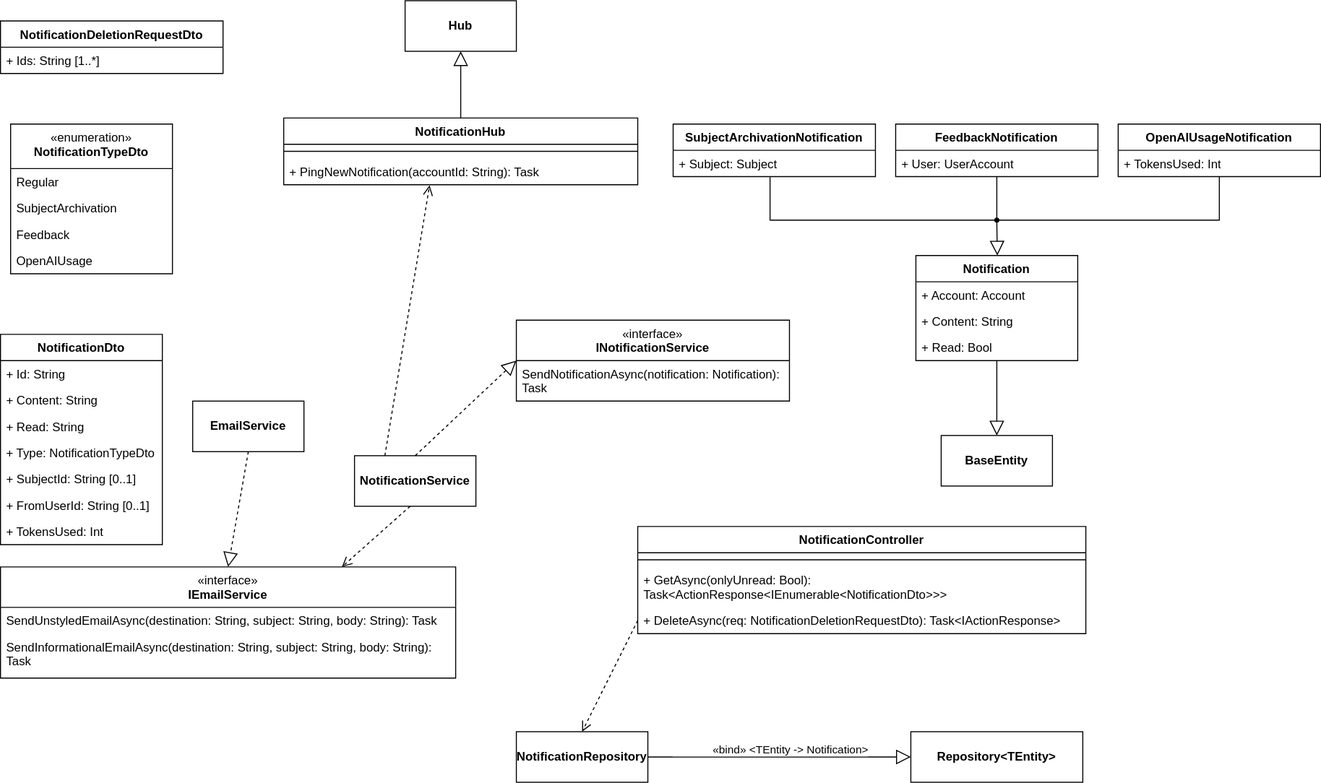
Earlier version of the draw.io export lab2diags/logical-view/notification.drawio.svg (piatrashkakanstantinass/psi2). Source tidied: cells renumbered, new cells last; positions are measured from the earlier drawing's top-left corner, leaving out a move shared by most shapes. Its diagram source:
```xml
<mxGraphModel>
  <root>
    <mxCell id="0" />
    <mxCell id="1" parent="0" />
    <mxCell id="2" value="&lt;span style=&quot;font-weight: normal;&quot;&gt;«interface»&lt;/span&gt;&lt;br&gt;INotificationService" style="swimlane;fontStyle=1;align=center;verticalAlign=top;horizontal=1;startSize=40;whiteSpace=wrap;html=1;" parent="1" vertex="1">
      <mxGeometry x="510" y="316" width="270" height="80" as="geometry" />
    </mxCell>
    <mxCell id="3" value="SendNotificationAsync(notification: Notification): Task" style="text;strokeColor=none;fillColor=none;align=left;verticalAlign=top;spacingLeft=4;spacingRight=4;overflow=hidden;whiteSpace=wrap;html=1;" parent="2" vertex="1">
      <mxGeometry y="40" width="270" height="40" as="geometry" />
    </mxCell>
    <mxCell id="4" value="Notification" style="swimlane;fontStyle=1;align=center;verticalAlign=top;horizontal=1;startSize=26;whiteSpace=wrap;html=1;" parent="1" vertex="1">
      <mxGeometry x="905" y="252" width="160" height="104" as="geometry" />
    </mxCell>
    <mxCell id="5" value="+ Account: Account" style="text;strokeColor=none;fillColor=none;align=left;verticalAlign=top;spacingLeft=4;spacingRight=4;overflow=hidden;whiteSpace=wrap;html=1;" parent="4" vertex="1">
      <mxGeometry y="26" width="160" height="26" as="geometry" />
    </mxCell>
    <mxCell id="6" value="+ Content: String" style="text;strokeColor=none;fillColor=none;align=left;verticalAlign=top;spacingLeft=4;spacingRight=4;overflow=hidden;whiteSpace=wrap;html=1;" parent="4" vertex="1">
      <mxGeometry y="52" width="160" height="26" as="geometry" />
    </mxCell>
    <mxCell id="7" value="+ Read: Bool" style="text;strokeColor=none;fillColor=none;align=left;verticalAlign=top;spacingLeft=4;spacingRight=4;overflow=hidden;whiteSpace=wrap;html=1;" parent="4" vertex="1">
      <mxGeometry y="78" width="160" height="26" as="geometry" />
    </mxCell>
    <mxCell id="8" value="SubjectArchivationNotification" style="swimlane;fontStyle=1;align=center;verticalAlign=top;horizontal=1;startSize=26;whiteSpace=wrap;html=1;" parent="1" vertex="1">
      <mxGeometry x="665" y="122" width="200" height="52" as="geometry" />
    </mxCell>
    <mxCell id="9" value="+ Subject: Subject" style="text;strokeColor=none;fillColor=none;align=left;verticalAlign=top;spacingLeft=4;spacingRight=4;overflow=hidden;points=[[0,0.5],[1,0.5]];portConstraint=eastwest;whiteSpace=wrap;html=1;" parent="8" vertex="1">
      <mxGeometry y="26" width="200" height="26" as="geometry" />
    </mxCell>
    <mxCell id="10" value="OpenAIUsageNotification" style="swimlane;fontStyle=1;align=center;verticalAlign=top;horizontal=1;startSize=26;whiteSpace=wrap;html=1;" parent="1" vertex="1">
      <mxGeometry x="1105" y="122" width="200" height="52" as="geometry" />
    </mxCell>
    <mxCell id="11" value="+ TokensUsed: Int" style="text;strokeColor=none;fillColor=none;align=left;verticalAlign=top;spacingLeft=4;spacingRight=4;overflow=hidden;whiteSpace=wrap;html=1;" parent="10" vertex="1">
      <mxGeometry y="26" width="200" height="26" as="geometry" />
    </mxCell>
    <mxCell id="12" style="edgeStyle=orthogonalEdgeStyle;rounded=0;jettySize=auto;html=1;entryX=0.5;entryY=0;entryDx=0;entryDy=0;endArrow=none;endFill=0;" parent="1" edge="1" source="13" target="16">
      <mxGeometry relative="1" as="geometry" />
    </mxCell>
    <mxCell id="13" value="FeedbackNotification" style="swimlane;fontStyle=1;align=center;verticalAlign=top;horizontal=1;startSize=26;whiteSpace=wrap;html=1;" parent="1" vertex="1">
      <mxGeometry x="885" y="122" width="200" height="52" as="geometry" />
    </mxCell>
    <mxCell id="14" value="+ User: UserAccount" style="text;strokeColor=none;fillColor=none;align=left;verticalAlign=top;spacingLeft=4;spacingRight=4;overflow=hidden;whiteSpace=wrap;html=1;" parent="13" vertex="1">
      <mxGeometry y="26" width="200" height="26" as="geometry" />
    </mxCell>
    <mxCell id="15" style="edgeStyle=elbowEdgeStyle;html=1;endSize=12;endArrow=block;endFill=0;elbow=horizontal;rounded=0;labelBackgroundColor=default;fontFamily=Helvetica;fontSize=11;fontColor=default;shape=connector;entryX=0.491;entryY=1.021;entryDx=0;entryDy=0;entryPerimeter=0;" parent="1" edge="1">
      <mxGeometry x="1" relative="1" as="geometry">
        <mxPoint x="984.9" y="226" as="sourcePoint" />
        <mxPoint x="985" y="226.1" as="targetPoint" />
      </mxGeometry>
    </mxCell>
    <mxCell id="16" style="verticalAlign=bottom;html=1;ellipse;fillColor=strokeColor;fontFamily=Helvetica;fontSize=11;fontColor=default;" parent="1" vertex="1">
      <mxGeometry x="983" y="215" width="4" height="4" as="geometry" />
    </mxCell>
    <mxCell id="17" style="edgeStyle=elbowEdgeStyle;html=1;endSize=12;endArrow=block;endFill=0;elbow=horizontal;rounded=0;labelBackgroundColor=default;fontFamily=Helvetica;fontSize=11;fontColor=default;shape=connector;entryX=0.5;entryY=0;entryDx=0;entryDy=0;" parent="1" edge="1" source="16" target="4">
      <mxGeometry x="1" relative="1" as="geometry" />
    </mxCell>
    <mxCell id="18" style="edgeStyle=elbowEdgeStyle;html=1;elbow=vertical;verticalAlign=bottom;endArrow=none;rounded=0;labelBackgroundColor=default;fontFamily=Helvetica;fontSize=11;fontColor=default;startSize=14;shape=connector;entryX=0.5;entryY=1;entryDx=0;entryDy=0;" parent="1" edge="1" source="16" target="10">
      <mxGeometry x="1" relative="1" as="geometry">
        <Array as="points">
          <mxPoint x="1025" y="217" />
        </Array>
      </mxGeometry>
    </mxCell>
    <mxCell id="19" style="edgeStyle=elbowEdgeStyle;html=1;elbow=vertical;verticalAlign=bottom;endArrow=none;rounded=0;labelBackgroundColor=default;fontFamily=Helvetica;fontSize=11;fontColor=default;startSize=14;shape=connector;entryX=0.479;entryY=1.022;entryDx=0;entryDy=0;entryPerimeter=0;" parent="1" edge="1" source="16" target="9">
      <mxGeometry x="1" relative="1" as="geometry">
        <Array as="points">
          <mxPoint x="945" y="217" />
        </Array>
      </mxGeometry>
    </mxCell>
    <mxCell id="20" style="edgeStyle=none;html=1;endSize=12;endArrow=block;endFill=0;rounded=0;exitX=0.5;exitY=1;exitDx=0;exitDy=0;" parent="1" edge="1" source="4">
      <mxGeometry relative="1" as="geometry">
        <mxPoint x="985" y="430" as="targetPoint" />
      </mxGeometry>
    </mxCell>
    <mxCell id="21" value="&lt;b&gt;NotificationRepository&lt;/b&gt;" style="html=1;whiteSpace=wrap;" parent="1" vertex="1">
      <mxGeometry x="510" y="723" width="130" height="50" as="geometry" />
    </mxCell>
    <mxCell id="22" value="&lt;span style=&quot;font-weight: normal;&quot;&gt;«interface»&lt;/span&gt;&lt;br&gt;IEmailService" style="swimlane;fontStyle=1;align=center;verticalAlign=top;horizontal=1;startSize=40;whiteSpace=wrap;html=1;" parent="1" vertex="1">
      <mxGeometry y="560" width="450" height="110" as="geometry" />
    </mxCell>
    <mxCell id="23" value="SendUnstyledEmailAsync(destination: String, subject: String, body: String): Task" style="text;strokeColor=none;fillColor=none;align=left;verticalAlign=top;spacingLeft=4;spacingRight=4;overflow=hidden;whiteSpace=wrap;html=1;" parent="22" vertex="1">
      <mxGeometry y="40" width="450" height="26" as="geometry" />
    </mxCell>
    <mxCell id="24" value="SendInformationalEmailAsync(destination: String, subject: String, body: String): Task" style="text;strokeColor=none;fillColor=none;align=left;verticalAlign=top;spacingLeft=4;spacingRight=4;overflow=hidden;whiteSpace=wrap;html=1;" parent="22" vertex="1">
      <mxGeometry y="66" width="450" height="44" as="geometry" />
    </mxCell>
    <mxCell id="25" value="&lt;b&gt;Repository&amp;lt;TEntity&amp;gt;&lt;/b&gt;" style="html=1;whiteSpace=wrap;" parent="1" vertex="1">
      <mxGeometry x="900" y="723" width="170" height="50" as="geometry" />
    </mxCell>
    <mxCell id="26" style="edgeStyle=none;html=1;endSize=12;endArrow=block;endFill=0;rounded=0;exitX=1;exitY=0.5;exitDx=0;exitDy=0;entryX=0;entryY=0.5;entryDx=0;entryDy=0;" parent="1" edge="1" source="21" target="25">
      <mxGeometry relative="1" as="geometry" />
    </mxCell>
    <mxCell id="27" value="&lt;blockquote style=&quot;margin: 0 0 0 40px; border: none; padding: 0px;&quot;&gt;«bind» &amp;lt;TEntity -&amp;gt; Notification&amp;gt;&lt;/blockquote&gt;" style="edgeLabel;html=1;align=center;verticalAlign=middle;" parent="26" vertex="1">
      <mxGeometry x="-0.12" y="2" relative="1" as="geometry">
        <mxPoint x="5" y="-6" as="offset" />
      </mxGeometry>
    </mxCell>
    <mxCell id="28" value="&lt;b&gt;BaseEntity&lt;/b&gt;" style="html=1;whiteSpace=wrap;" parent="1" vertex="1">
      <mxGeometry x="930" y="430" width="110" height="50" as="geometry" />
    </mxCell>
    <mxCell id="29" value="NotificationHub" style="swimlane;fontStyle=1;align=center;verticalAlign=top;horizontal=1;startSize=26;whiteSpace=wrap;html=1;" parent="1" vertex="1">
      <mxGeometry x="280" y="116" width="350" height="66" as="geometry" />
    </mxCell>
    <mxCell id="30" style="line;strokeWidth=1;fillColor=none;align=left;verticalAlign=middle;spacingTop=-1;spacingLeft=3;spacingRight=3;labelPosition=right;strokeColor=inherit;" parent="29" vertex="1">
      <mxGeometry y="26" width="350" height="14" as="geometry" />
    </mxCell>
    <mxCell id="31" value="+ PingNewNotification(accountId: String): Task" style="text;strokeColor=none;fillColor=none;align=left;verticalAlign=top;spacingLeft=4;spacingRight=4;overflow=hidden;points=[[0,0.5],[1,0.5]];portConstraint=eastwest;whiteSpace=wrap;html=1;" parent="29" vertex="1">
      <mxGeometry y="40" width="350" height="26" as="geometry" />
    </mxCell>
    <mxCell id="32" value="&lt;b&gt;Hub&lt;/b&gt;" style="html=1;whiteSpace=wrap;" parent="1" vertex="1">
      <mxGeometry x="400" width="110" height="50" as="geometry" />
    </mxCell>
    <mxCell id="33" value="NotificationController" style="swimlane;fontStyle=1;align=center;verticalAlign=top;horizontal=1;startSize=26;whiteSpace=wrap;html=1;" parent="1" vertex="1">
      <mxGeometry x="630" y="520" width="443" height="106" as="geometry" />
    </mxCell>
    <mxCell id="34" style="line;strokeWidth=1;fillColor=none;align=left;verticalAlign=middle;spacingTop=-1;spacingLeft=3;spacingRight=3;labelPosition=right;strokeColor=inherit;" parent="33" vertex="1">
      <mxGeometry y="26" width="443" height="14" as="geometry" />
    </mxCell>
    <mxCell id="35" value="+ GetAsync(onlyUnread: Bool): Task&amp;lt;ActionResponse&amp;lt;IEnumerable&amp;lt;NotificationDto&amp;gt;&amp;gt;&amp;gt;" style="text;strokeColor=none;fillColor=none;align=left;verticalAlign=top;spacingLeft=4;spacingRight=4;overflow=hidden;whiteSpace=wrap;html=1;" parent="33" vertex="1">
      <mxGeometry y="40" width="443" height="40" as="geometry" />
    </mxCell>
    <mxCell id="36" value="+ DeleteAsync(req: NotificationDeletionRequestDto): Task&amp;lt;IActionResponse&amp;gt;" style="text;strokeColor=none;fillColor=none;align=left;verticalAlign=top;spacingLeft=4;spacingRight=4;overflow=hidden;points=[[0,0.5],[1,0.5]];portConstraint=eastwest;whiteSpace=wrap;html=1;" parent="33" vertex="1">
      <mxGeometry y="80" width="443" height="26" as="geometry" />
    </mxCell>
    <mxCell id="37" value="NotificationDto" style="swimlane;fontStyle=1;align=center;verticalAlign=top;horizontal=1;startSize=26;whiteSpace=wrap;html=1;" parent="1" vertex="1">
      <mxGeometry y="330" width="160" height="208" as="geometry" />
    </mxCell>
    <mxCell id="38" value="+ Id: String" style="text;strokeColor=none;fillColor=none;align=left;verticalAlign=top;spacingLeft=4;spacingRight=4;overflow=hidden;whiteSpace=wrap;html=1;" parent="37" vertex="1">
      <mxGeometry y="26" width="160" height="26" as="geometry" />
    </mxCell>
    <mxCell id="39" value="+ Content: String" style="text;strokeColor=none;fillColor=none;align=left;verticalAlign=top;spacingLeft=4;spacingRight=4;overflow=hidden;whiteSpace=wrap;html=1;" parent="37" vertex="1">
      <mxGeometry y="52" width="160" height="26" as="geometry" />
    </mxCell>
    <mxCell id="40" value="+ Read: String" style="text;strokeColor=none;fillColor=none;align=left;verticalAlign=top;spacingLeft=4;spacingRight=4;overflow=hidden;whiteSpace=wrap;html=1;" parent="37" vertex="1">
      <mxGeometry y="78" width="160" height="26" as="geometry" />
    </mxCell>
    <mxCell id="41" value="+ Type: NotificationTypeDto" style="text;strokeColor=none;fillColor=none;align=left;verticalAlign=top;spacingLeft=4;spacingRight=4;overflow=hidden;whiteSpace=wrap;html=1;" parent="37" vertex="1">
      <mxGeometry y="104" width="160" height="26" as="geometry" />
    </mxCell>
    <mxCell id="42" value="+ SubjectId: String [0..1]" style="text;strokeColor=none;fillColor=none;align=left;verticalAlign=top;spacingLeft=4;spacingRight=4;overflow=hidden;whiteSpace=wrap;html=1;" parent="37" vertex="1">
      <mxGeometry y="130" width="160" height="26" as="geometry" />
    </mxCell>
    <mxCell id="43" value="+ FromUserId: String [0..1]" style="text;strokeColor=none;fillColor=none;align=left;verticalAlign=top;spacingLeft=4;spacingRight=4;overflow=hidden;whiteSpace=wrap;html=1;" parent="37" vertex="1">
      <mxGeometry y="156" width="160" height="26" as="geometry" />
    </mxCell>
    <mxCell id="44" value="+ TokensUsed: Int" style="text;strokeColor=none;fillColor=none;align=left;verticalAlign=top;spacingLeft=4;spacingRight=4;overflow=hidden;whiteSpace=wrap;html=1;" parent="37" vertex="1">
      <mxGeometry y="182" width="160" height="26" as="geometry" />
    </mxCell>
    <mxCell id="45" value="&lt;span style=&quot;font-weight: normal;&quot;&gt;«enumeration»&lt;/span&gt;&lt;br&gt;NotificationTypeDto" style="swimlane;fontStyle=1;align=center;verticalAlign=top;horizontal=1;startSize=44;whiteSpace=wrap;html=1;" parent="1" vertex="1">
      <mxGeometry x="10" y="122" width="160" height="148" as="geometry" />
    </mxCell>
    <mxCell id="46" value="Regular" style="text;strokeColor=none;fillColor=none;align=left;verticalAlign=top;spacingLeft=4;spacingRight=4;overflow=hidden;whiteSpace=wrap;html=1;" parent="45" vertex="1">
      <mxGeometry y="44" width="160" height="26" as="geometry" />
    </mxCell>
    <mxCell id="47" value="SubjectArchivation" style="text;strokeColor=none;fillColor=none;align=left;verticalAlign=top;spacingLeft=4;spacingRight=4;overflow=hidden;whiteSpace=wrap;html=1;" parent="45" vertex="1">
      <mxGeometry y="70" width="160" height="26" as="geometry" />
    </mxCell>
    <mxCell id="48" value="Feedback" style="text;strokeColor=none;fillColor=none;align=left;verticalAlign=top;spacingLeft=4;spacingRight=4;overflow=hidden;whiteSpace=wrap;html=1;" parent="45" vertex="1">
      <mxGeometry y="96" width="160" height="26" as="geometry" />
    </mxCell>
    <mxCell id="49" value="OpenAIUsage" style="text;strokeColor=none;fillColor=none;align=left;verticalAlign=top;spacingLeft=4;spacingRight=4;overflow=hidden;whiteSpace=wrap;html=1;" parent="45" vertex="1">
      <mxGeometry y="122" width="160" height="26" as="geometry" />
    </mxCell>
    <mxCell id="50" value="NotificationDeletionRequestDto" style="swimlane;fontStyle=1;align=center;verticalAlign=top;horizontal=1;startSize=26;whiteSpace=wrap;html=1;" parent="1" vertex="1">
      <mxGeometry y="20" width="220" height="52" as="geometry" />
    </mxCell>
    <mxCell id="51" value="+ Ids: String [1..*]" style="text;strokeColor=none;fillColor=none;align=left;verticalAlign=top;spacingLeft=4;spacingRight=4;overflow=hidden;whiteSpace=wrap;html=1;" parent="50" vertex="1">
      <mxGeometry y="26" width="220" height="26" as="geometry" />
    </mxCell>
    <mxCell id="52" value="&lt;b&gt;EmailService&lt;/b&gt;" style="html=1;whiteSpace=wrap;" parent="1" vertex="1">
      <mxGeometry x="190" y="396" width="110" height="50" as="geometry" />
    </mxCell>
    <mxCell id="53" value="&lt;b&gt;NotificationService&lt;/b&gt;" style="html=1;whiteSpace=wrap;" parent="1" vertex="1">
      <mxGeometry x="350" y="450" width="120" height="50" as="geometry" />
    </mxCell>
    <mxCell id="54" style="html=1;verticalAlign=bottom;endArrow=open;dashed=1;endSize=8;curved=0;rounded=0;exitX=0;exitY=0.5;exitDx=0;exitDy=0;entryX=0.5;entryY=0;entryDx=0;entryDy=0;" parent="1" edge="1" source="36" target="21">
      <mxGeometry relative="1" as="geometry" />
    </mxCell>
    <mxCell id="55" style="html=1;verticalAlign=bottom;endArrow=open;dashed=1;endSize=8;curved=0;rounded=0;exitX=0;exitY=0.5;exitDx=0;exitDy=0;entryX=0.75;entryY=0;entryDx=0;entryDy=0;" parent="1" edge="1" target="22">
      <mxGeometry relative="1" as="geometry">
        <mxPoint x="405" y="500" as="sourcePoint" />
      </mxGeometry>
    </mxCell>
    <mxCell id="56" style="endArrow=block;dashed=1;endFill=0;endSize=12;html=1;rounded=0;exitX=0.5;exitY=0;exitDx=0;exitDy=0;entryX=0;entryY=0.5;entryDx=0;entryDy=0;" parent="1" edge="1" source="53" target="2">
      <mxGeometry relative="1" as="geometry" />
    </mxCell>
    <mxCell id="57" style="endArrow=block;dashed=1;endFill=0;endSize=12;html=1;rounded=0;exitX=0.5;exitY=1;exitDx=0;exitDy=0;entryX=0.5;entryY=0;entryDx=0;entryDy=0;" parent="1" edge="1" source="52" target="22">
      <mxGeometry relative="1" as="geometry" />
    </mxCell>
    <mxCell id="58" style="edgeStyle=none;html=1;endSize=12;endArrow=block;endFill=0;rounded=0;exitX=0.5;exitY=0;exitDx=0;exitDy=0;entryX=0.5;entryY=1;entryDx=0;entryDy=0;" parent="1" edge="1" source="29" target="32">
      <mxGeometry relative="1" as="geometry" />
    </mxCell>
    <mxCell id="59" style="html=1;verticalAlign=bottom;endArrow=open;dashed=1;endSize=8;curved=0;rounded=0;exitX=0.25;exitY=0;exitDx=0;exitDy=0;entryX=0.412;entryY=1.02;entryDx=0;entryDy=0;entryPerimeter=0;" parent="1" edge="1" source="53" target="31">
      <mxGeometry relative="1" as="geometry" />
    </mxCell>
  </root>
</mxGraphModel>
```
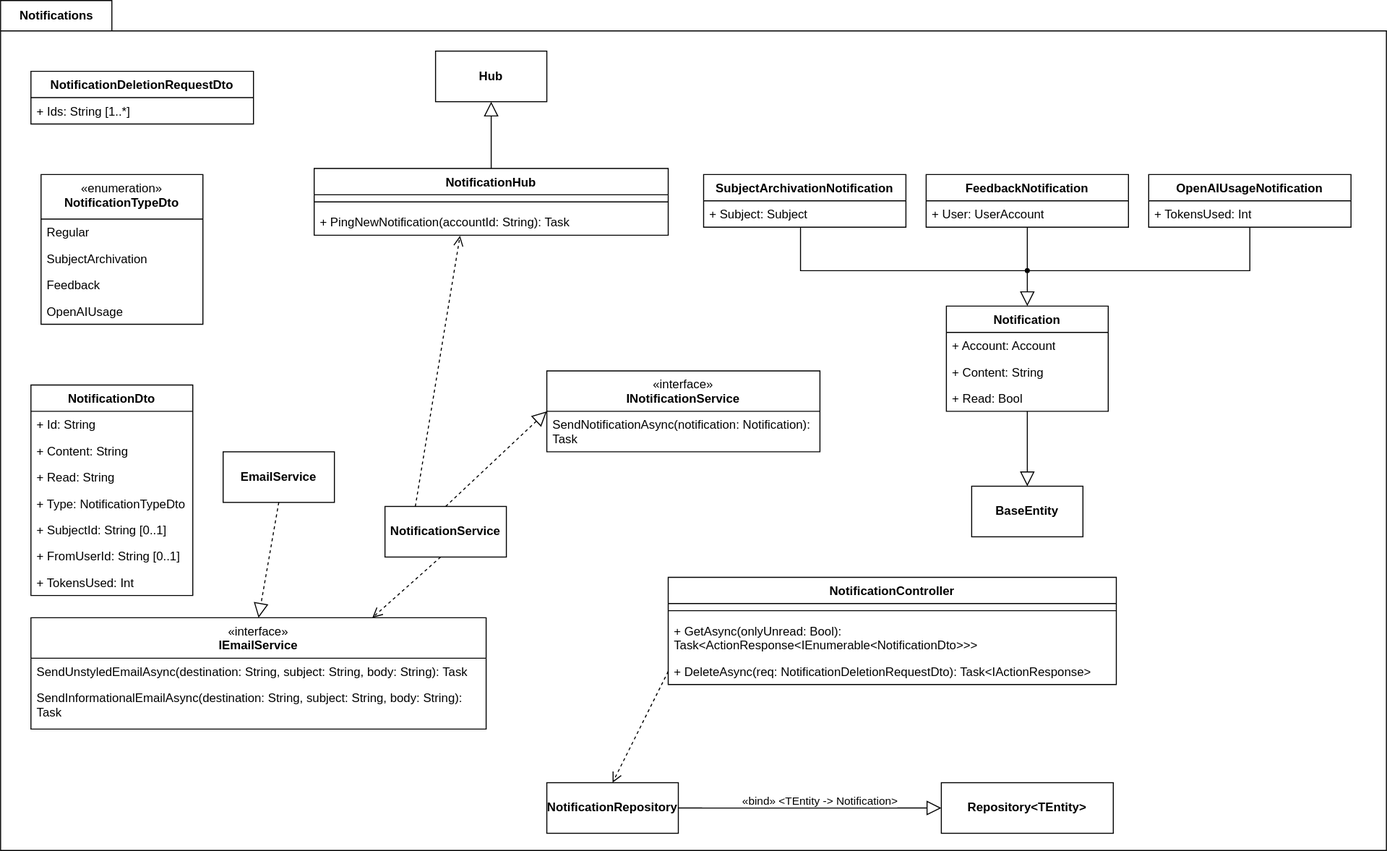
The same diagram one commit later.

The edit, as a diff of the source:
```diff
@@ -2,6 +2,14 @@
   <root>
     <mxCell id="0" />
     <mxCell id="1" parent="0" />
+    <mxCell id="60" value="Notifications" style="shape=folder;fontStyle=1;tabWidth=110;tabHeight=30;tabPosition=left;html=1;boundedLbl=1;labelInHeader=1;" parent="1" vertex="1">
+      <mxGeometry x="-30" y="-50" width="1370" height="840" as="geometry" />
+    </mxCell>
+    <mxCell id="61" style="html=1;strokeColor=none;fillColor=none;" parent="60" vertex="1">
+      <mxGeometry width="1370" height="588" relative="1" as="geometry">
+        <mxPoint y="30" as="offset" />
+      </mxGeometry>
+    </mxCell>
     <mxCell id="2" value="&lt;span style=&quot;font-weight: normal;&quot;&gt;«interface»&lt;/span&gt;&lt;br&gt;INotificationService" style="swimlane;fontStyle=1;align=center;verticalAlign=top;horizontal=1;startSize=40;whiteSpace=wrap;html=1;" parent="1" vertex="1">
       <mxGeometry x="510" y="316" width="270" height="80" as="geometry" />
     </mxCell>
```
